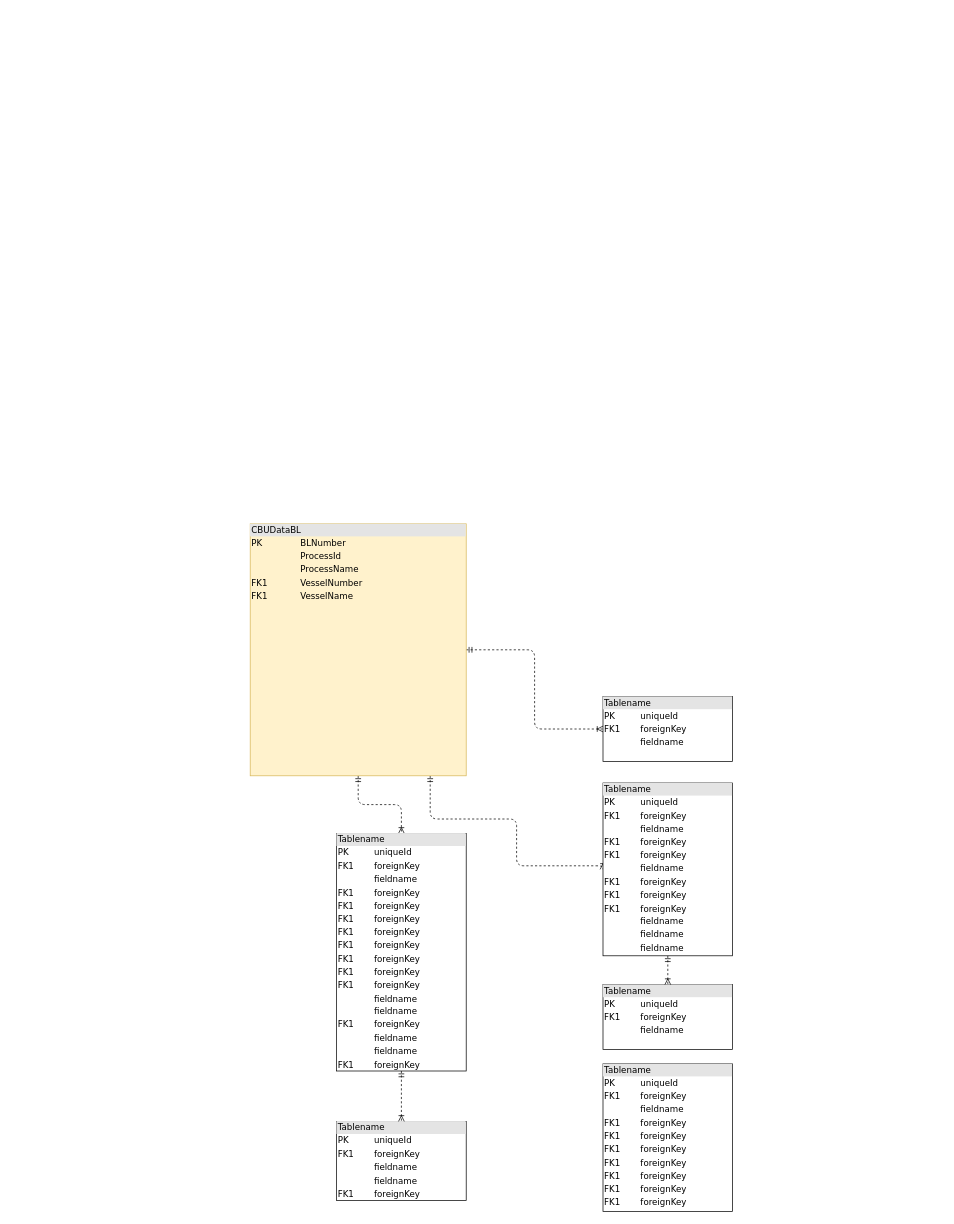
Earlier version of the draw.io diagram page "Board1_ImportProgressSummary" (1 of 3) of TAM_IMIS_diagram.drawio (RifqiG759/BI_datasets). Source tidied: cells renumbered, new cells numbered last; positions are measured from the earlier drawing's top-left corner, leaving out a move shared by most shapes. Both pictures are drawn from the tidied source at 72%, with x=0, y=0 at pixel (250, 523).
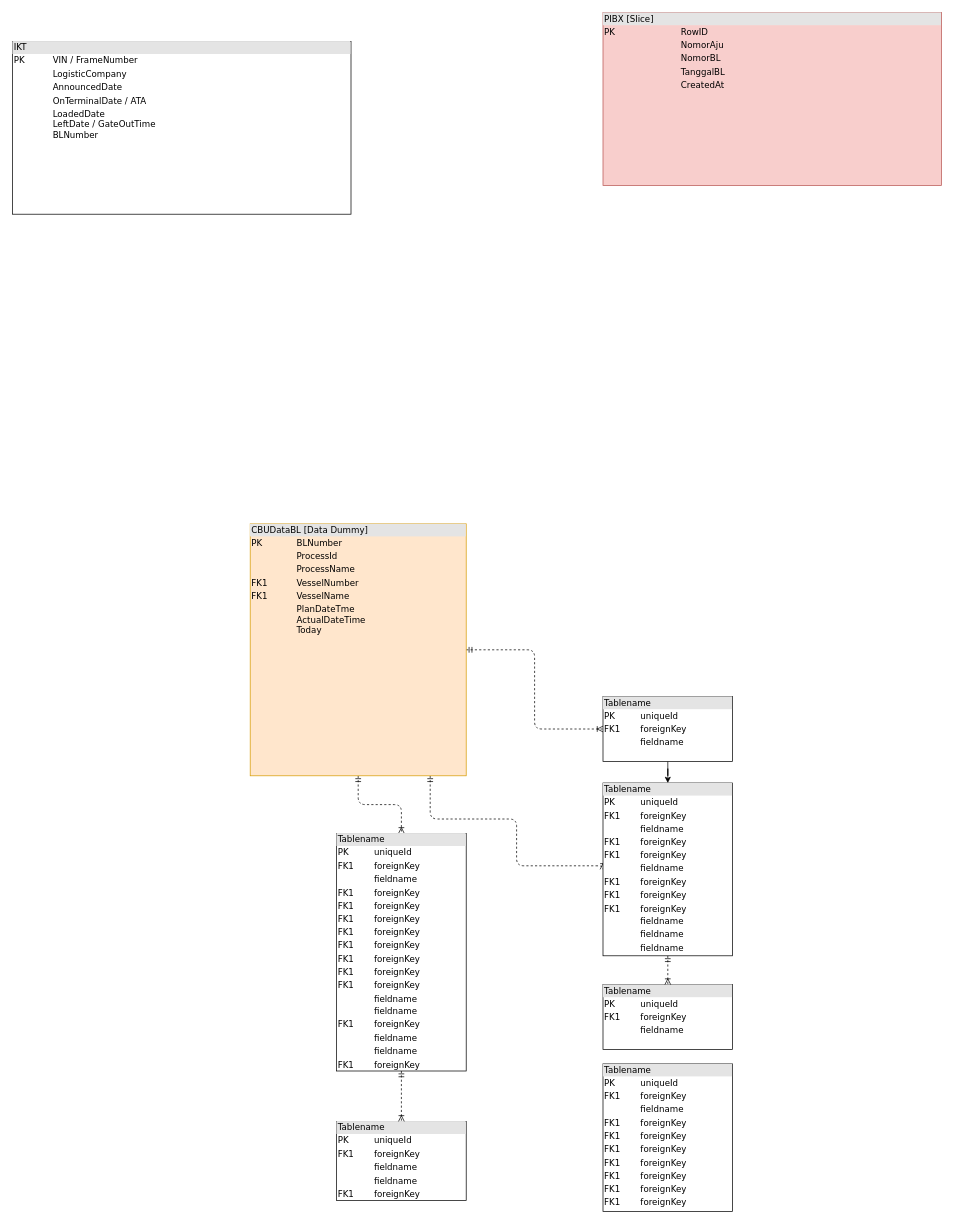
The same page after the edit.

Diff of the diagram source:
```diff
@@
 <mxGraphModel background="#ffffff">
   <root>
     <mxCell id="0" />
     <mxCell id="1" parent="0" />
     <mxCell id="2" style="edgeStyle=orthogonalEdgeStyle;html=1;entryX=0.5;entryY=0;dashed=1;labelBackgroundColor=none;startArrow=ERmandOne;endArrow=ERoneToMany;fontFamily=Verdana;fontSize=12;align=left;" parent="1" edge="1" source="5" target="9">
       <mxGeometry relative="1" as="geometry" />
     </mxCell>
     <mxCell id="3" style="edgeStyle=orthogonalEdgeStyle;html=1;dashed=1;labelBackgroundColor=none;startArrow=ERmandOne;endArrow=ERoneToMany;fontFamily=Verdana;fontSize=12;align=left;entryX=0;entryY=0.5;" parent="1" edge="1" source="5" target="12">
       <mxGeometry relative="1" as="geometry">
         <Array as="points">
           <mxPoint x="250" y="410" />
           <mxPoint x="370" y="410" />
           <mxPoint x="370" y="475" />
         </Array>
       </mxGeometry>
     </mxCell>
     <mxCell id="4" style="edgeStyle=orthogonalEdgeStyle;html=1;dashed=1;labelBackgroundColor=none;startArrow=ERmandOne;endArrow=ERoneToMany;fontFamily=Verdana;fontSize=12;align=left;" parent="1" edge="1" source="5" target="13">
       <mxGeometry relative="1" as="geometry" />
     </mxCell>
-    <mxCell id="5" value="&lt;div style=&quot;box-sizing: border-box ; width: 100% ; background: #e4e4e4 ; padding: 2px&quot;&gt;CBUDataBL&lt;/div&gt;&lt;table style=&quot;width: 100% ; font-size: 1em&quot; cellpadding=&quot;2&quot; cellspacing=&quot;0&quot;&gt;&lt;tbody&gt;&lt;tr&gt;&lt;td&gt;PK&lt;/td&gt;&lt;td&gt;BLNumber&lt;/td&gt;&lt;/tr&gt;&lt;tr&gt;&lt;td&gt;&lt;/td&gt;&lt;td&gt;ProcessId&lt;/td&gt;&lt;/tr&gt;&lt;tr&gt;&lt;td&gt;&lt;br&gt;&lt;/td&gt;&lt;td&gt;ProcessName&lt;/td&gt;&lt;/tr&gt;&lt;tr&gt;&lt;td&gt;FK1&lt;br&gt;&lt;/td&gt;&lt;td&gt;VesselNumber&lt;/td&gt;&lt;/tr&gt;&lt;tr&gt;&lt;td&gt;FK1&lt;br&gt;&lt;/td&gt;&lt;td&gt;VesselName&lt;/td&gt;&lt;/tr&gt;&lt;tr&gt;&lt;td&gt;&lt;br&gt;&lt;/td&gt;&lt;td&gt;&lt;br&gt;&lt;/td&gt;&lt;/tr&gt;&lt;tr&gt;&lt;td&gt;&lt;br&gt;&lt;/td&gt;&lt;td&gt;&lt;br&gt;&lt;/td&gt;&lt;/tr&gt;&lt;tr&gt;&lt;td&gt;&lt;br&gt;&lt;/td&gt;&lt;td&gt;&lt;br&gt;&lt;/td&gt;&lt;/tr&gt;&lt;tr&gt;&lt;td&gt;&lt;br&gt;&lt;/td&gt;&lt;td&gt;&lt;br&gt;&lt;/td&gt;&lt;/tr&gt;&lt;/tbody&gt;&lt;/table&gt;" style="verticalAlign=top;align=left;overflow=fill;html=1;rounded=0;shadow=0;comic=0;labelBackgroundColor=none;strokeColor=#d6b656;strokeWidth=1;fillColor=#fff2cc;fontFamily=Verdana;fontSize=12;" parent="1" vertex="1">
+    <mxCell id="5" value="&lt;div style=&quot;box-sizing: border-box ; width: 100% ; background: #e4e4e4 ; padding: 2px&quot;&gt;CBUDataBL [Data Dummy]&lt;/div&gt;&lt;table style=&quot;width: 100% ; font-size: 1em&quot; cellpadding=&quot;2&quot; cellspacing=&quot;0&quot;&gt;&lt;tbody&gt;&lt;tr&gt;&lt;td&gt;PK&lt;/td&gt;&lt;td&gt;BLNumber&lt;/td&gt;&lt;/tr&gt;&lt;tr&gt;&lt;td&gt;&lt;/td&gt;&lt;td&gt;ProcessId&lt;/td&gt;&lt;/tr&gt;&lt;tr&gt;&lt;td&gt;&lt;br&gt;&lt;/td&gt;&lt;td&gt;ProcessName&lt;/td&gt;&lt;/tr&gt;&lt;tr&gt;&lt;td&gt;FK1&lt;br&gt;&lt;/td&gt;&lt;td&gt;VesselNumber&lt;/td&gt;&lt;/tr&gt;&lt;tr&gt;&lt;td&gt;FK1&lt;br&gt;&lt;/td&gt;&lt;td&gt;VesselName&lt;/td&gt;&lt;/tr&gt;&lt;tr&gt;&lt;td&gt;&lt;br&gt;&lt;/td&gt;&lt;td&gt;PlanDateTme&lt;br&gt;ActualDateTime&lt;br&gt;Today&lt;/td&gt;&lt;/tr&gt;&lt;tr&gt;&lt;td&gt;&lt;br&gt;&lt;/td&gt;&lt;td&gt;&lt;br&gt;&lt;/td&gt;&lt;/tr&gt;&lt;tr&gt;&lt;td&gt;&lt;br&gt;&lt;/td&gt;&lt;td&gt;&lt;br&gt;&lt;/td&gt;&lt;/tr&gt;&lt;tr&gt;&lt;td&gt;&lt;br&gt;&lt;/td&gt;&lt;td&gt;&lt;br&gt;&lt;/td&gt;&lt;/tr&gt;&lt;/tbody&gt;&lt;/table&gt;" style="verticalAlign=top;align=left;overflow=fill;html=1;rounded=0;shadow=0;comic=0;labelBackgroundColor=none;strokeColor=#d79b00;strokeWidth=1;fillColor=#ffe6cc;fontFamily=Verdana;fontSize=12;" parent="1" vertex="1">
       <mxGeometry width="300" height="350" as="geometry" />
     </mxCell>
     <mxCell id="6" value="&lt;div style=&quot;box-sizing: border-box ; width: 100% ; background: #e4e4e4 ; padding: 2px&quot;&gt;Tablename&lt;/div&gt;&lt;table style=&quot;width: 100% ; font-size: 1em&quot; cellpadding=&quot;2&quot; cellspacing=&quot;0&quot;&gt;&lt;tbody&gt;&lt;tr&gt;&lt;td&gt;PK&lt;/td&gt;&lt;td&gt;uniqueId&lt;/td&gt;&lt;/tr&gt;&lt;tr&gt;&lt;td&gt;FK1&lt;/td&gt;&lt;td&gt;foreignKey&lt;/td&gt;&lt;/tr&gt;&lt;tr&gt;&lt;td&gt;&lt;/td&gt;&lt;td&gt;fieldname&lt;/td&gt;&lt;/tr&gt;&lt;tr&gt;&lt;td&gt;FK1&lt;br&gt;&lt;/td&gt;&lt;td&gt;foreignKey&lt;br&gt;&lt;/td&gt;&lt;/tr&gt;&lt;tr&gt;&lt;td&gt;FK1&lt;br&gt;&lt;/td&gt;&lt;td&gt;foreignKey&lt;br&gt;&lt;/td&gt;&lt;/tr&gt;&lt;tr&gt;&lt;td&gt;FK1&lt;br&gt;&lt;/td&gt;&lt;td&gt;foreignKey&lt;br&gt;&lt;/td&gt;&lt;/tr&gt;&lt;tr&gt;&lt;td&gt;FK1&lt;br&gt;&lt;/td&gt;&lt;td&gt;foreignKey&lt;br&gt;&lt;/td&gt;&lt;/tr&gt;&lt;tr&gt;&lt;td&gt;FK1&lt;br&gt;&lt;/td&gt;&lt;td&gt;foreignKey&lt;br&gt;&lt;/td&gt;&lt;/tr&gt;&lt;tr&gt;&lt;td&gt;FK1&lt;br&gt;&lt;/td&gt;&lt;td&gt;foreignKey&lt;br&gt;&lt;/td&gt;&lt;/tr&gt;&lt;tr&gt;&lt;td&gt;FK1&lt;br&gt;&lt;/td&gt;&lt;td&gt;foreignKey&lt;br&gt;&lt;/td&gt;&lt;/tr&gt;&lt;/tbody&gt;&lt;/table&gt;" style="verticalAlign=top;align=left;overflow=fill;html=1;rounded=0;shadow=0;comic=0;labelBackgroundColor=none;strokeColor=#000000;strokeWidth=1;fillColor=#ffffff;fontFamily=Verdana;fontSize=12;fontColor=#000000;" parent="1" vertex="1">
       <mxGeometry x="490" y="750" width="180" height="205" as="geometry" />
     </mxCell>
     <mxCell id="7" value="&lt;div style=&quot;box-sizing: border-box ; width: 100% ; background: #e4e4e4 ; padding: 2px&quot;&gt;Tablename&lt;/div&gt;&lt;table style=&quot;width: 100% ; font-size: 1em&quot; cellpadding=&quot;2&quot; cellspacing=&quot;0&quot;&gt;&lt;tbody&gt;&lt;tr&gt;&lt;td&gt;PK&lt;/td&gt;&lt;td&gt;uniqueId&lt;/td&gt;&lt;/tr&gt;&lt;tr&gt;&lt;td&gt;FK1&lt;/td&gt;&lt;td&gt;foreignKey&lt;/td&gt;&lt;/tr&gt;&lt;tr&gt;&lt;td&gt;&lt;/td&gt;&lt;td&gt;fieldname&lt;/td&gt;&lt;/tr&gt;&lt;tr&gt;&lt;td&gt;&lt;br&gt;&lt;/td&gt;&lt;td&gt;fieldname&lt;br&gt;&lt;/td&gt;&lt;/tr&gt;&lt;tr&gt;&lt;td&gt;FK1&lt;br&gt;&lt;/td&gt;&lt;td&gt;foreignKey&lt;br&gt;&lt;/td&gt;&lt;/tr&gt;&lt;/tbody&gt;&lt;/table&gt;" style="verticalAlign=top;align=left;overflow=fill;html=1;rounded=0;shadow=0;comic=0;labelBackgroundColor=none;strokeColor=#000000;strokeWidth=1;fillColor=#ffffff;fontFamily=Verdana;fontSize=12;fontColor=#000000;" parent="1" vertex="1">
       <mxGeometry x="120" y="830" width="180" height="110" as="geometry" />
     </mxCell>
     <mxCell id="8" style="edgeStyle=orthogonalEdgeStyle;html=1;entryX=0.5;entryY=0;labelBackgroundColor=none;startArrow=ERmandOne;endArrow=ERoneToMany;fontFamily=Verdana;fontSize=12;align=left;dashed=1;" parent="1" edge="1" source="9" target="7">
       <mxGeometry relative="1" as="geometry" />
     </mxCell>
     <mxCell id="9" value="&lt;div style=&quot;box-sizing: border-box ; width: 100% ; background: #e4e4e4 ; padding: 2px&quot;&gt;Tablename&lt;/div&gt;&lt;table style=&quot;width: 100% ; font-size: 1em&quot; cellpadding=&quot;2&quot; cellspacing=&quot;0&quot;&gt;&lt;tbody&gt;&lt;tr&gt;&lt;td&gt;PK&lt;/td&gt;&lt;td&gt;uniqueId&lt;/td&gt;&lt;/tr&gt;&lt;tr&gt;&lt;td&gt;FK1&lt;/td&gt;&lt;td&gt;foreignKey&lt;/td&gt;&lt;/tr&gt;&lt;tr&gt;&lt;td&gt;&lt;/td&gt;&lt;td&gt;fieldname&lt;/td&gt;&lt;/tr&gt;&lt;tr&gt;&lt;td&gt;FK1&lt;br&gt;&lt;/td&gt;&lt;td&gt;foreignKey&lt;br&gt;&lt;/td&gt;&lt;/tr&gt;&lt;tr&gt;&lt;td&gt;FK1&lt;br&gt;&lt;/td&gt;&lt;td&gt;foreignKey&lt;br&gt;&lt;/td&gt;&lt;/tr&gt;&lt;tr&gt;&lt;td&gt;FK1&lt;br&gt;&lt;/td&gt;&lt;td&gt;foreignKey&lt;br&gt;&lt;/td&gt;&lt;/tr&gt;&lt;tr&gt;&lt;td&gt;FK1&lt;br&gt;&lt;/td&gt;&lt;td&gt;foreignKey&lt;br&gt;&lt;/td&gt;&lt;/tr&gt;&lt;tr&gt;&lt;td&gt;FK1&lt;br&gt;&lt;/td&gt;&lt;td&gt;foreignKey&lt;br&gt;&lt;/td&gt;&lt;/tr&gt;&lt;tr&gt;&lt;td&gt;FK1&lt;br&gt;&lt;/td&gt;&lt;td&gt;foreignKey&lt;br&gt;&lt;/td&gt;&lt;/tr&gt;&lt;tr&gt;&lt;td&gt;FK1&lt;br&gt;&lt;/td&gt;&lt;td&gt;foreignKey&lt;br&gt;&lt;/td&gt;&lt;/tr&gt;&lt;tr&gt;&lt;td&gt;FK1&lt;br&gt;&lt;/td&gt;&lt;td&gt;foreignKey&lt;br&gt;&lt;/td&gt;&lt;/tr&gt;&lt;tr&gt;&lt;td&gt;&lt;br&gt;&lt;/td&gt;&lt;td&gt;fieldname&lt;br&gt;&lt;/td&gt;&lt;/tr&gt;&lt;tr&gt;&lt;td&gt;&lt;br&gt;&lt;/td&gt;&lt;td&gt;fieldname&lt;br&gt;&lt;/td&gt;&lt;/tr&gt;&lt;tr&gt;&lt;td&gt;FK1&lt;br&gt;&lt;/td&gt;&lt;td&gt;foreignKey&lt;br&gt;&lt;/td&gt;&lt;/tr&gt;&lt;tr&gt;&lt;td&gt;&lt;br&gt;&lt;/td&gt;&lt;td&gt;fieldname&lt;br&gt;&lt;/td&gt;&lt;/tr&gt;&lt;tr&gt;&lt;td&gt;&lt;br&gt;&lt;/td&gt;&lt;td&gt;fieldname&lt;br&gt;&lt;/td&gt;&lt;/tr&gt;&lt;tr&gt;&lt;td&gt;FK1&lt;br&gt;&lt;/td&gt;&lt;td&gt;foreignKey&lt;br&gt;&lt;/td&gt;&lt;/tr&gt;&lt;/tbody&gt;&lt;/table&gt;" style="verticalAlign=top;align=left;overflow=fill;html=1;rounded=0;shadow=0;comic=0;labelBackgroundColor=none;strokeColor=#000000;strokeWidth=1;fillColor=#ffffff;fontFamily=Verdana;fontSize=12;fontColor=#000000;" parent="1" vertex="1">
       <mxGeometry x="120" y="430" width="180" height="330" as="geometry" />
     </mxCell>
     <mxCell id="10" value="&lt;div style=&quot;box-sizing:border-box;width:100%;background:#e4e4e4;padding:2px;&quot;&gt;Tablename&lt;/div&gt;&lt;table style=&quot;width:100%;font-size:1em;&quot; cellpadding=&quot;2&quot; cellspacing=&quot;0&quot;&gt;&lt;tr&gt;&lt;td&gt;PK&lt;/td&gt;&lt;td&gt;uniqueId&lt;/td&gt;&lt;/tr&gt;&lt;tr&gt;&lt;td&gt;FK1&lt;/td&gt;&lt;td&gt;foreignKey&lt;/td&gt;&lt;/tr&gt;&lt;tr&gt;&lt;td&gt;&lt;/td&gt;&lt;td&gt;fieldname&lt;/td&gt;&lt;/tr&gt;&lt;/table&gt;" style="verticalAlign=top;align=left;overflow=fill;html=1;rounded=0;shadow=0;comic=0;labelBackgroundColor=none;strokeColor=#000000;strokeWidth=1;fillColor=#ffffff;fontFamily=Verdana;fontSize=12;fontColor=#000000;" parent="1" vertex="1">
       <mxGeometry x="490" y="640" width="180" height="90" as="geometry" />
     </mxCell>
     <mxCell id="11" style="edgeStyle=orthogonalEdgeStyle;html=1;entryX=0.5;entryY=0;dashed=1;labelBackgroundColor=none;startArrow=ERmandOne;endArrow=ERoneToMany;fontFamily=Verdana;fontSize=12;align=left;" parent="1" edge="1" source="12" target="10">
       <mxGeometry relative="1" as="geometry" />
     </mxCell>
     <mxCell id="12" value="&lt;div style=&quot;box-sizing: border-box ; width: 100% ; background: #e4e4e4 ; padding: 2px&quot;&gt;Tablename&lt;/div&gt;&lt;table style=&quot;width: 100% ; font-size: 1em&quot; cellpadding=&quot;2&quot; cellspacing=&quot;0&quot;&gt;&lt;tbody&gt;&lt;tr&gt;&lt;td&gt;PK&lt;/td&gt;&lt;td&gt;uniqueId&lt;/td&gt;&lt;/tr&gt;&lt;tr&gt;&lt;td&gt;FK1&lt;/td&gt;&lt;td&gt;foreignKey&lt;/td&gt;&lt;/tr&gt;&lt;tr&gt;&lt;td&gt;&lt;/td&gt;&lt;td&gt;fieldname&lt;/td&gt;&lt;/tr&gt;&lt;tr&gt;&lt;td&gt;FK1&lt;br&gt;&lt;/td&gt;&lt;td&gt;foreignKey&lt;br&gt;&lt;/td&gt;&lt;/tr&gt;&lt;tr&gt;&lt;td&gt;FK1&lt;br&gt;&lt;/td&gt;&lt;td&gt;foreignKey&lt;br&gt;&lt;/td&gt;&lt;/tr&gt;&lt;tr&gt;&lt;td&gt;&lt;br&gt;&lt;/td&gt;&lt;td&gt;fieldname&lt;br&gt;&lt;/td&gt;&lt;/tr&gt;&lt;tr&gt;&lt;td&gt;FK1&lt;br&gt;&lt;/td&gt;&lt;td&gt;foreignKey&lt;br&gt;&lt;/td&gt;&lt;/tr&gt;&lt;tr&gt;&lt;td&gt;FK1&lt;br&gt;&lt;/td&gt;&lt;td&gt;foreignKey&lt;br&gt;&lt;/td&gt;&lt;/tr&gt;&lt;tr&gt;&lt;td&gt;FK1&lt;br&gt;&lt;/td&gt;&lt;td&gt;foreignKey&lt;br&gt;&lt;/td&gt;&lt;/tr&gt;&lt;tr&gt;&lt;td&gt;&lt;br&gt;&lt;/td&gt;&lt;td&gt;fieldname&lt;br&gt;&lt;/td&gt;&lt;/tr&gt;&lt;tr&gt;&lt;td&gt;&lt;br&gt;&lt;/td&gt;&lt;td&gt;fieldname&lt;br&gt;&lt;/td&gt;&lt;/tr&gt;&lt;tr&gt;&lt;td&gt;&lt;br&gt;&lt;/td&gt;&lt;td&gt;fieldname&lt;br&gt;&lt;/td&gt;&lt;/tr&gt;&lt;/tbody&gt;&lt;/table&gt;" style="verticalAlign=top;align=left;overflow=fill;html=1;rounded=0;shadow=0;comic=0;labelBackgroundColor=none;strokeColor=#000000;strokeWidth=1;fillColor=#ffffff;fontFamily=Verdana;fontSize=12;fontColor=#000000;" parent="1" vertex="1">
       <mxGeometry x="490" y="360" width="180" height="240" as="geometry" />
     </mxCell>
+    <mxCell id="14" style="edgeStyle=orthogonalEdgeStyle;rounded=0;jettySize=auto;html=1;" parent="1" edge="1" source="13" target="12">
+      <mxGeometry relative="1" as="geometry" />
+    </mxCell>
     <mxCell id="13" value="&lt;div style=&quot;box-sizing:border-box;width:100%;background:#e4e4e4;padding:2px;&quot;&gt;Tablename&lt;/div&gt;&lt;table style=&quot;width:100%;font-size:1em;&quot; cellpadding=&quot;2&quot; cellspacing=&quot;0&quot;&gt;&lt;tr&gt;&lt;td&gt;PK&lt;/td&gt;&lt;td&gt;uniqueId&lt;/td&gt;&lt;/tr&gt;&lt;tr&gt;&lt;td&gt;FK1&lt;/td&gt;&lt;td&gt;foreignKey&lt;/td&gt;&lt;/tr&gt;&lt;tr&gt;&lt;td&gt;&lt;/td&gt;&lt;td&gt;fieldname&lt;/td&gt;&lt;/tr&gt;&lt;/table&gt;" style="verticalAlign=top;align=left;overflow=fill;html=1;rounded=0;shadow=0;comic=0;labelBackgroundColor=none;strokeColor=#000000;strokeWidth=1;fillColor=#ffffff;fontFamily=Verdana;fontSize=12;fontColor=#000000;" parent="1" vertex="1">
       <mxGeometry x="490" y="240" width="180" height="90" as="geometry" />
     </mxCell>
+    <mxCell id="15" value="&lt;div style=&quot;box-sizing: border-box ; width: 100% ; background: #e4e4e4 ; padding: 2px&quot;&gt;IKT&lt;/div&gt;&lt;table style=&quot;width: 100% ; font-size: 1em&quot; cellpadding=&quot;2&quot; cellspacing=&quot;0&quot;&gt;&lt;tbody&gt;&lt;tr&gt;&lt;td&gt;PK&lt;/td&gt;&lt;td&gt;VIN / FrameNumber&lt;/td&gt;&lt;/tr&gt;&lt;tr&gt;&lt;td&gt;&lt;br&gt;&lt;/td&gt;&lt;td&gt;LogisticCompany&lt;/td&gt;&lt;/tr&gt;&lt;tr&gt;&lt;td&gt;&lt;/td&gt;&lt;td&gt;AnnouncedDate&lt;/td&gt;&lt;/tr&gt;&lt;tr&gt;&lt;td&gt;&lt;br&gt;&lt;/td&gt;&lt;td&gt;OnTerminalDate / ATA&lt;/td&gt;&lt;/tr&gt;&lt;tr&gt;&lt;td&gt;&lt;br&gt;&lt;/td&gt;&lt;td&gt;LoadedDate&lt;br&gt;LeftDate / GateOutTime&lt;br&gt;BLNumber&lt;br&gt;&lt;br&gt;&lt;/td&gt;&lt;/tr&gt;&lt;tr&gt;&lt;td&gt;&lt;/td&gt;&lt;td&gt;&lt;/td&gt;&lt;/tr&gt;&lt;/tbody&gt;&lt;/table&gt;" style="verticalAlign=top;align=left;overflow=fill;html=1;rounded=0;shadow=0;comic=0;labelBackgroundColor=none;strokeColor=#000000;strokeWidth=1;fillColor=#ffffff;fontFamily=Verdana;fontSize=12;fontColor=#000000;" parent="1" vertex="1">
+      <mxGeometry x="-330" y="-670" width="470" height="240" as="geometry" />
+    </mxCell>
+    <mxCell id="16" value="&lt;div style=&quot;box-sizing: border-box ; width: 100% ; background: #e4e4e4 ; padding: 2px&quot;&gt;PIBX [Slice]&lt;/div&gt;&lt;table style=&quot;width: 100% ; font-size: 1em&quot; cellpadding=&quot;2&quot; cellspacing=&quot;0&quot;&gt;&lt;tbody&gt;&lt;tr&gt;&lt;td&gt;PK&lt;/td&gt;&lt;td&gt;RowID&lt;/td&gt;&lt;/tr&gt;&lt;tr&gt;&lt;td&gt;&lt;br&gt;&lt;/td&gt;&lt;td&gt;NomorAju&lt;/td&gt;&lt;/tr&gt;&lt;tr&gt;&lt;td&gt;&lt;/td&gt;&lt;td&gt;NomorBL&lt;/td&gt;&lt;/tr&gt;&lt;tr&gt;&lt;td&gt;&lt;br&gt;&lt;/td&gt;&lt;td&gt;TanggalBL&lt;/td&gt;&lt;/tr&gt;&lt;tr&gt;&lt;td&gt;&lt;br&gt;&lt;/td&gt;&lt;td&gt;CreatedAt&lt;/td&gt;&lt;/tr&gt;&lt;tr&gt;&lt;td&gt;&lt;/td&gt;&lt;td&gt;&lt;/td&gt;&lt;/tr&gt;&lt;/tbody&gt;&lt;/table&gt;" style="verticalAlign=top;align=left;overflow=fill;html=1;rounded=0;shadow=0;comic=0;labelBackgroundColor=none;strokeColor=#b85450;strokeWidth=1;fillColor=#f8cecc;fontFamily=Verdana;fontSize=12;" parent="1" vertex="1">
+      <mxGeometry x="490" y="-710" width="470" height="240" as="geometry" />
+    </mxCell>
   </root>
 </mxGraphModel>
```
